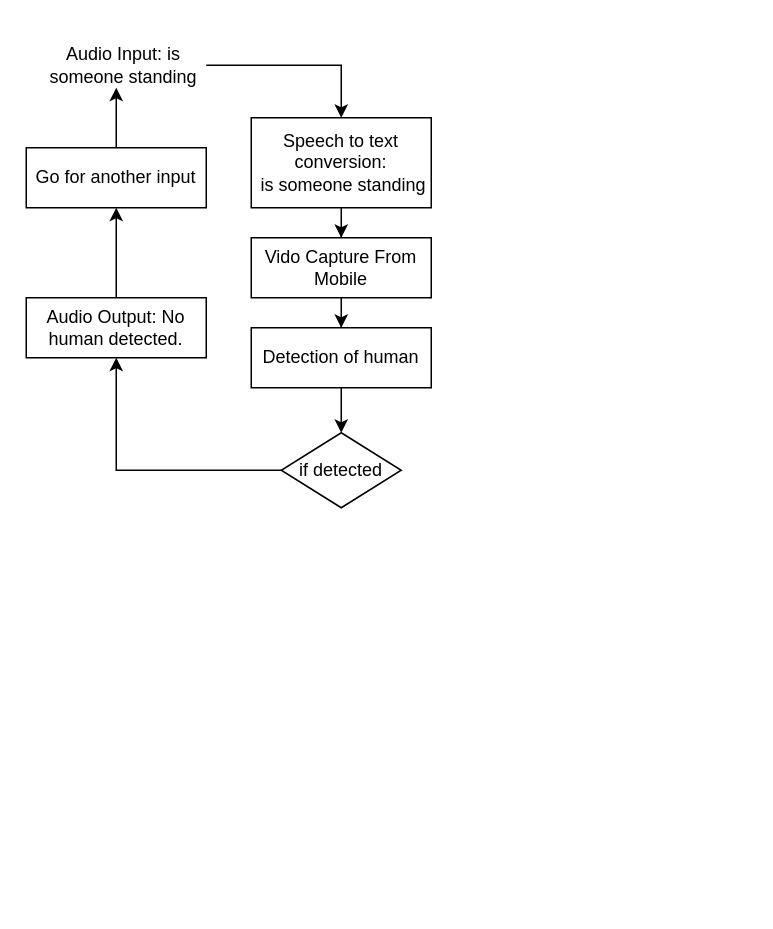
ahmad2001hotmailyahoo/ahmad-arc keeps this draw.io diagram as ArchectectureDaigram.drawio. Above is the earlier version. Source tidied: cells renumbered, new cells numbered last; positions are measured from the earlier drawing's top-left corner, leaving out a move shared by most shapes. Both pictures are drawn from the tidied source at 150%, with x=0, y=0 at pixel (26, 27).
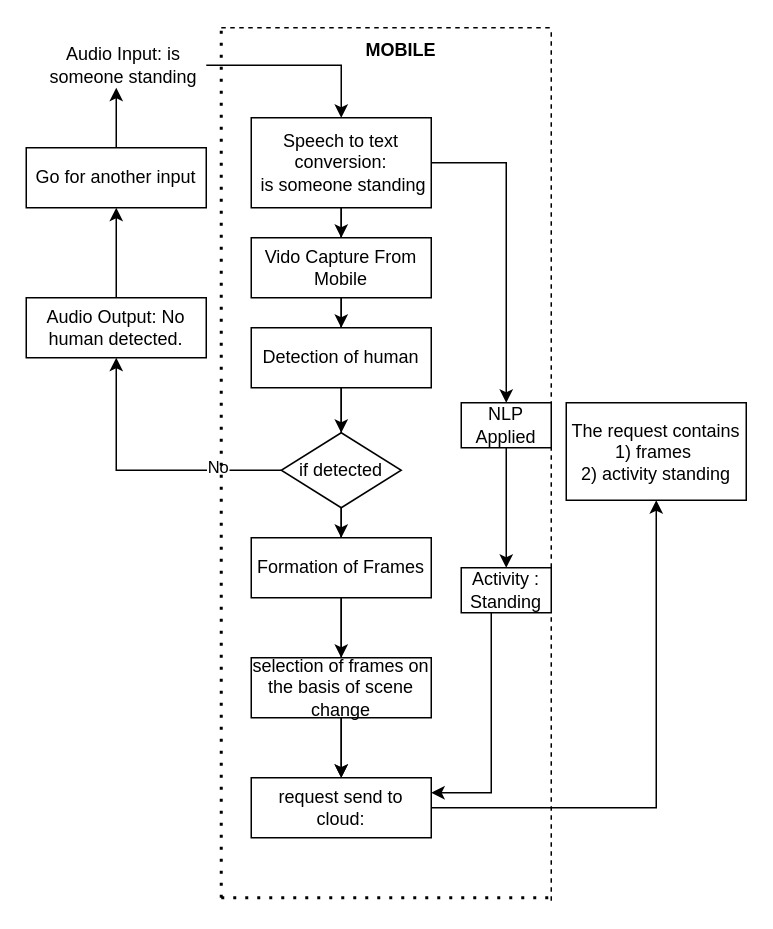
After the change.

Unchanged cells that the change refers to:
```xml
<mxCell id="3" value="Speech to text conversion:&lt;br&gt;&amp;nbsp;is someone standing" style="whiteSpace=wrap;html=1;" parent="1" vertex="1">
  <mxGeometry x="150" y="60" width="120" height="60" as="geometry" />
</mxCell>
<mxCell id="10" style="edgeStyle=orthogonalEdgeStyle;rounded=0;jettySize=auto;html=1;" parent="1" edge="1" source="11" target="13">
  <mxGeometry relative="1" as="geometry" />
</mxCell>
<mxCell id="11" value="if detected" style="rhombus;whiteSpace=wrap;html=1;" parent="1" vertex="1">
  <mxGeometry x="170" y="270" width="80" height="50" as="geometry" />
</mxCell>
```

Diff of the diagram source:
```diff
@@
+    <mxCell id="16" style="edgeStyle=orthogonalEdgeStyle;rounded=0;jettySize=auto;html=1;" parent="1" edge="1" source="3" target="25">
+      <mxGeometry relative="1" as="geometry" />
+    </mxCell>
+    <mxCell id="17" style="edgeStyle=orthogonalEdgeStyle;rounded=0;jettySize=auto;html=1;" parent="1" edge="1" source="3" target="33">
+      <mxGeometry relative="1" as="geometry" />
+    </mxCell>
@@
+    <mxCell id="18" value="No" style="edgeLabel;html=1;align=center;verticalAlign=middle;" parent="10" vertex="1">
+      <mxGeometry x="-0.54" y="-3" relative="1" as="geometry" />
+    </mxCell>
+    <mxCell id="19" style="edgeStyle=orthogonalEdgeStyle;rounded=0;jettySize=auto;html=1;" parent="1" edge="1" source="11" target="21">
+      <mxGeometry relative="1" as="geometry" />
+    </mxCell>
@@
+    <mxCell id="20" style="edgeStyle=orthogonalEdgeStyle;rounded=0;jettySize=auto;html=1;" parent="1" edge="1" source="21" target="23">
+      <mxGeometry relative="1" as="geometry" />
+    </mxCell>
+    <mxCell id="21" value="Formation of Frames" style="whiteSpace=wrap;html=1;" parent="1" vertex="1">
+      <mxGeometry x="150" y="340" width="120" height="40" as="geometry" />
+    </mxCell>
+    <mxCell id="22" style="edgeStyle=orthogonalEdgeStyle;rounded=0;jettySize=auto;html=1;" parent="1" edge="1" source="23" target="25">
+      <mxGeometry relative="1" as="geometry" />
+    </mxCell>
+    <mxCell id="23" value="selection of frames on the basis of scene change" style="whiteSpace=wrap;html=1;" parent="1" vertex="1">
+      <mxGeometry x="150" y="420" width="120" height="40" as="geometry" />
+    </mxCell>
+    <mxCell id="24" style="edgeStyle=orthogonalEdgeStyle;rounded=0;jettySize=auto;html=1;" parent="1" edge="1" source="25" target="26">
+      <mxGeometry relative="1" as="geometry">
+        <Array as="points">
+          <mxPoint x="420" y="520" />
+        </Array>
+      </mxGeometry>
+    </mxCell>
+    <mxCell id="25" value="request send to cloud:" style="whiteSpace=wrap;html=1;" parent="1" vertex="1">
+      <mxGeometry x="150" y="500" width="120" height="40" as="geometry" />
+    </mxCell>
+    <mxCell id="26" value="The request contains&lt;br&gt;1) frames&amp;nbsp;&lt;br&gt;2) activity standing" style="whiteSpace=wrap;html=1;" parent="1" vertex="1">
+      <mxGeometry x="360" y="250" width="120" height="65" as="geometry" />
+    </mxCell>
+    <mxCell id="27" style="endArrow=none;dashed=1;html=1;dashPattern=1 3;strokeWidth=2;rounded=0;" parent="1" edge="1">
+      <mxGeometry relative="1" as="geometry">
+        <mxPoint x="130" y="580" as="sourcePoint" />
+        <mxPoint x="130" as="targetPoint" />
+      </mxGeometry>
+    </mxCell>
+    <mxCell id="28" style="endArrow=none;dashed=1;html=1;rounded=0;" parent="1" edge="1">
+      <mxGeometry relative="1" as="geometry">
+        <mxPoint x="130" as="sourcePoint" />
+        <mxPoint x="350" as="targetPoint" />
+      </mxGeometry>
+    </mxCell>
+    <mxCell id="29" style="endArrow=none;dashed=1;html=1;rounded=0;" parent="1" edge="1">
+      <mxGeometry relative="1" as="geometry">
+        <mxPoint x="350" y="582" as="sourcePoint" />
+        <mxPoint x="350" as="targetPoint" />
+      </mxGeometry>
+    </mxCell>
+    <mxCell id="30" style="endArrow=none;dashed=1;html=1;dashPattern=1 3;strokeWidth=2;rounded=0;" parent="1" edge="1">
+      <mxGeometry relative="1" as="geometry">
+        <mxPoint x="130" y="580" as="sourcePoint" />
+        <mxPoint x="350" y="580" as="targetPoint" />
+      </mxGeometry>
+    </mxCell>
+    <mxCell id="31" value="&lt;b&gt;MOBILE&lt;/b&gt;" style="text;html=1;strokeColor=none;fillColor=none;align=center;verticalAlign=middle;whiteSpace=wrap;rounded=0;" parent="1" vertex="1">
+      <mxGeometry x="220" width="60" height="30" as="geometry" />
+    </mxCell>
+    <mxCell id="32" style="edgeStyle=orthogonalEdgeStyle;rounded=0;jettySize=auto;html=1;" parent="1" edge="1" source="33" target="35">
+      <mxGeometry relative="1" as="geometry" />
+    </mxCell>
+    <mxCell id="33" value="NLP Applied" style="whiteSpace=wrap;html=1;" parent="1" vertex="1">
+      <mxGeometry x="290" y="250" width="60" height="30" as="geometry" />
+    </mxCell>
+    <mxCell id="34" style="edgeStyle=orthogonalEdgeStyle;rounded=0;jettySize=auto;html=1;entryX=1;entryY=0.25;entryDx=0;entryDy=0;" parent="1" edge="1" source="35" target="25">
+      <mxGeometry relative="1" as="geometry">
+        <Array as="points">
+          <mxPoint x="310" y="510" />
+        </Array>
+      </mxGeometry>
+    </mxCell>
+    <mxCell id="35" value="Activity : Standing" style="whiteSpace=wrap;html=1;" parent="1" vertex="1">
+      <mxGeometry x="290" y="360" width="60" height="30" as="geometry" />
+    </mxCell>
```
